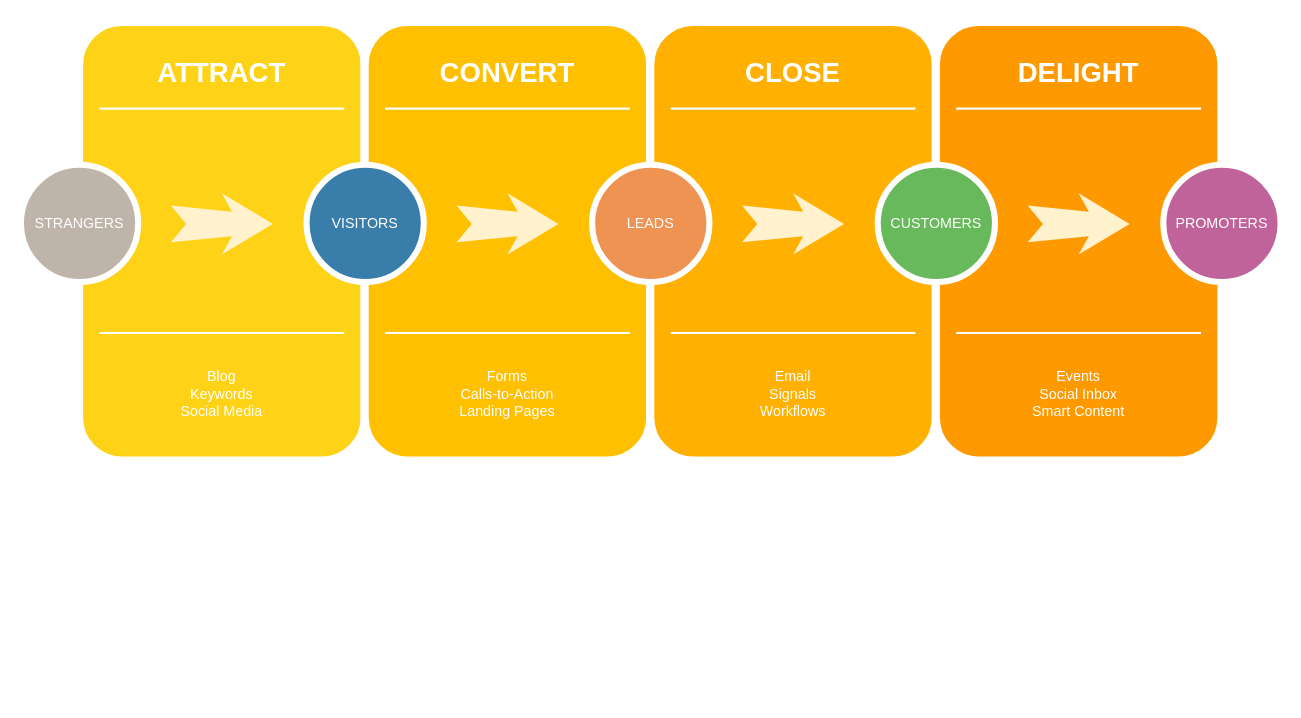
The draw.io diagram Untitled Diagram.drawio in gitsummer/studyDjango, before the edit. Source tidied: cells renumbered, new cells numbered last; positions are measured from the earlier drawing's top-left corner, leaving out a move shared by most shapes. Both pictures are drawn from the tidied source at 102%, with x=0, y=0 at pixel (20, 21).
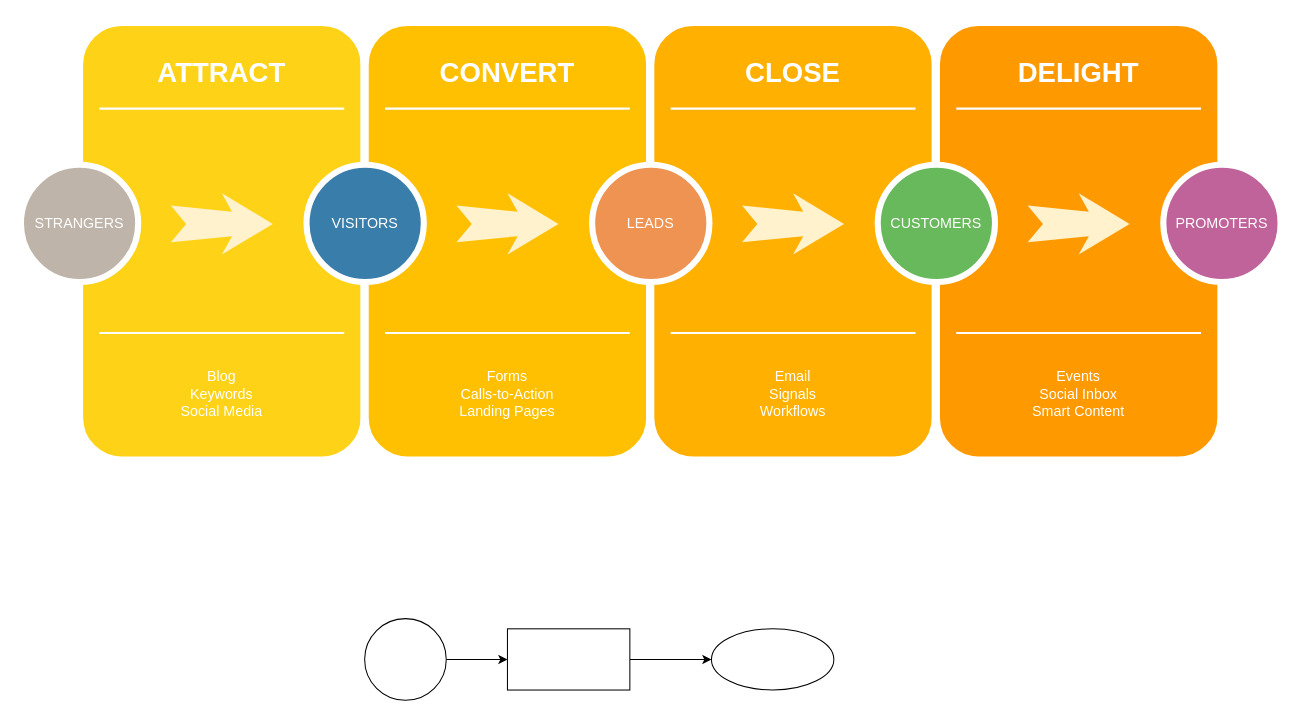
The same page after the edit.

The edit, as a diff of the source:
```diff
@@
+    <mxCell id="31" style="edgeStyle=orthogonalEdgeStyle;rounded=0;jettySize=auto;html=1;" parent="1" edge="1" source="32" target="34">
+      <mxGeometry relative="1" as="geometry" />
+    </mxCell>
+    <mxCell id="32" style="ellipse;whiteSpace=wrap;html=1;" parent="1" vertex="1">
+      <mxGeometry x="337" y="585" width="80" height="80" as="geometry" />
+    </mxCell>
+    <mxCell id="33" style="edgeStyle=orthogonalEdgeStyle;rounded=0;jettySize=auto;html=1;" parent="1" edge="1" source="34" target="35">
+      <mxGeometry relative="1" as="geometry" />
+    </mxCell>
+    <mxCell id="34" style="whiteSpace=wrap;html=1;" parent="1" vertex="1">
+      <mxGeometry x="477" y="595" width="120" height="60" as="geometry" />
+    </mxCell>
+    <mxCell id="35" style="ellipse;whiteSpace=wrap;html=1;" parent="1" vertex="1">
+      <mxGeometry x="677" y="595" width="120" height="60" as="geometry" />
+    </mxCell>
```
